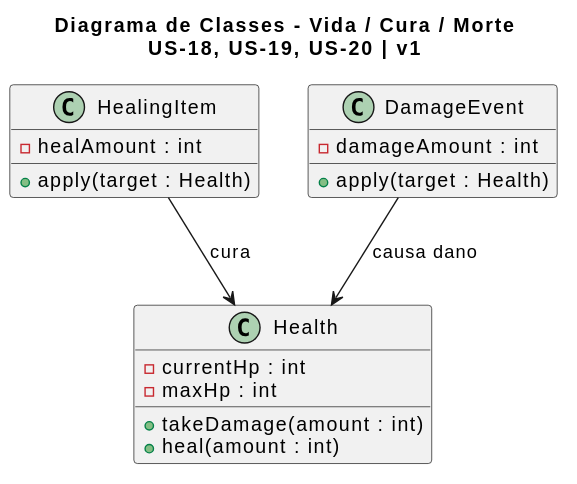
This is docs/Assets/UML/UML4_Classes_DanoeCura.svg from UnBArqDsw2026-1-Turma02/2026.1_T02_G1_MadDev_Entrega_02, a PlantUML export, as it was before one commit.
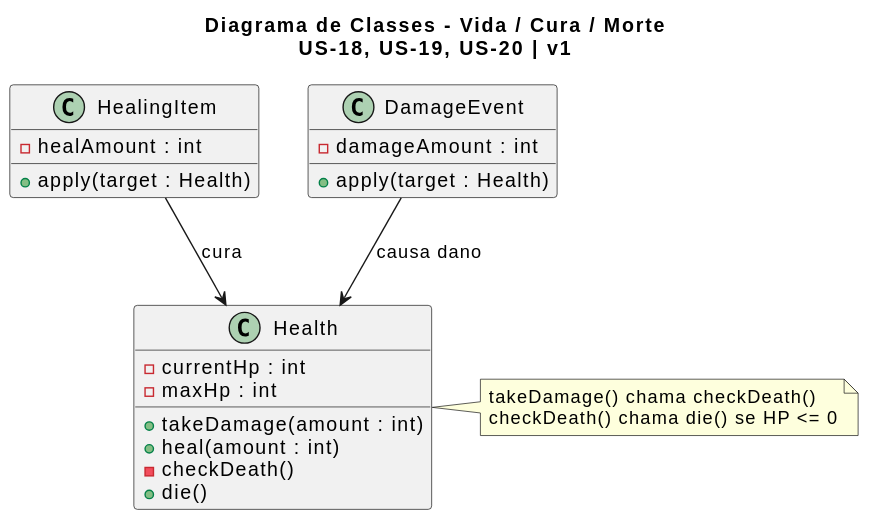
The same diagram one commit later.

Commit message:
alteração dos documentos referentes ao diagrama de classes da UML4

Diff of the diagram source:
```diff
@@ -9,6 +9,8 @@
 
   + takeDamage(amount : int)
   + heal(amount : int)
+  - checkDeath()
+  + die()
 }
 
 class HealingItem {
@@ -23,4 +25,9 @@
 
 HealingItem --> Health : cura
 DamageEvent --> Health : causa dano
+
+note right of Health
+takeDamage() chama checkDeath()
+checkDeath() chama die() se HP <= 0
+end note
 @enduml
```
